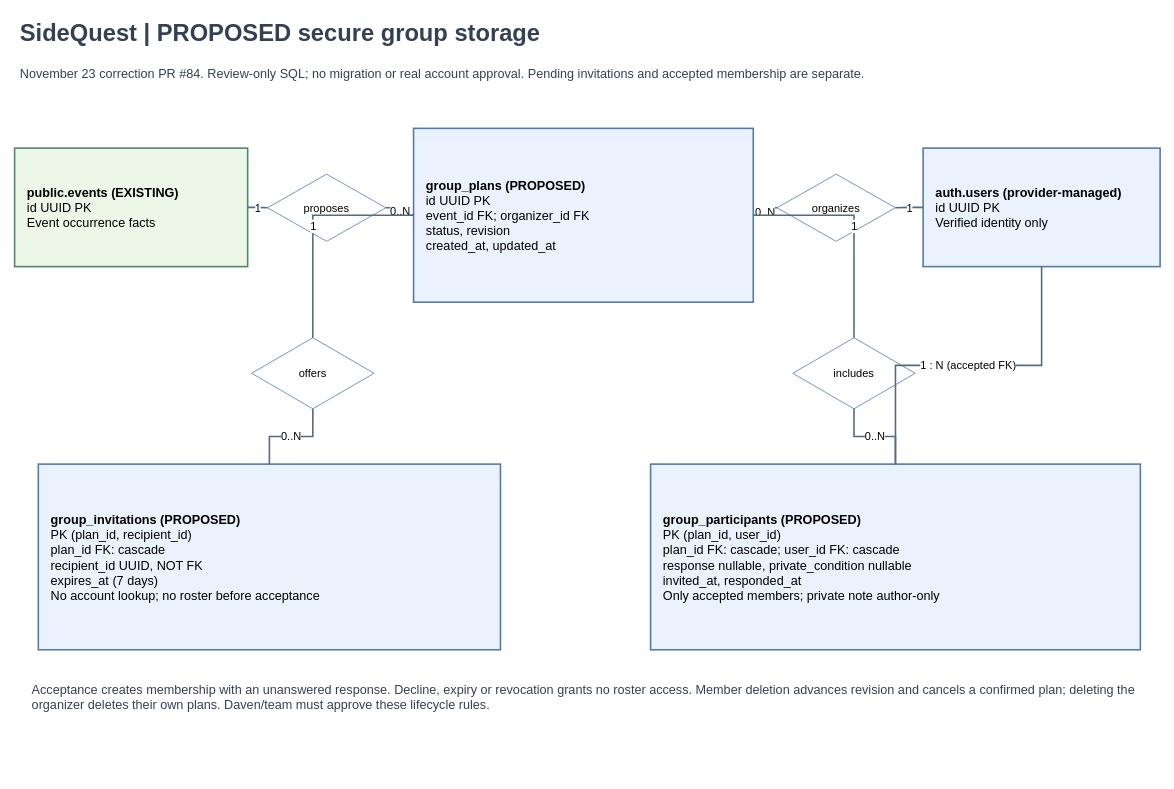
The draw.io diagram page "Proposed authenticated group ER" (2 of 2) of docs/diagrams/FINAL_PROJECT_ER.drawio in haiiroWednesday/SideQuest-CSCI187, before the edit. Source tidied: cells renumbered, new cells numbered last; positions are measured from the earlier drawing's top-left corner, leaving out a move shared by most shapes. Both pictures are drawn from the tidied source at 79%, with x=0, y=0 at pixel (14, 13).
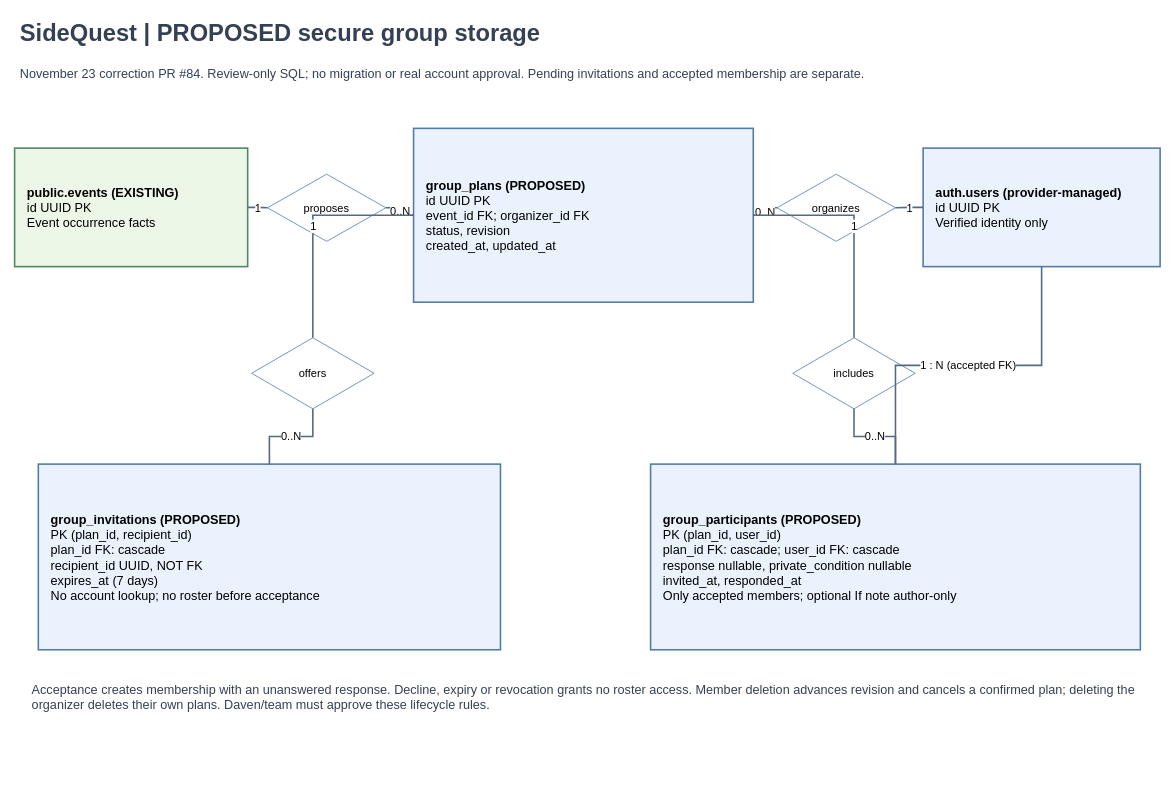
The same page after the edit.

Commit message:
docs(groups): align architecture with optional private notes and one-tap responses

Diff of the diagram source:
```diff
@@
-    <mxCell id="12" value="&lt;b&gt;group_participants (PROPOSED)&lt;/b&gt;&lt;br/&gt;PK (plan_id, user_id)&lt;br/&gt;plan_id FK: cascade; user_id FK: cascade&lt;br/&gt;response nullable, private_condition nullable&lt;br/&gt;invited_at, responded_at&lt;br/&gt;Only accepted members; private note author-only" style="rounded=0;html=1;whiteSpace=wrap;fillColor=#EAF2FD;strokeColor=#547AAA;strokeWidth=2;fontSize=16;align=left;spacing=16;" parent="1" vertex="1">
+    <mxCell id="12" value="&lt;b&gt;group_participants (PROPOSED)&lt;/b&gt;&lt;br/&gt;PK (plan_id, user_id)&lt;br/&gt;plan_id FK: cascade; user_id FK: cascade&lt;br/&gt;response nullable, private_condition nullable&lt;br/&gt;invited_at, responded_at&lt;br/&gt;Only accepted members; optional If note author-only" style="rounded=0;html=1;whiteSpace=wrap;fillColor=#EAF2FD;strokeColor=#547AAA;strokeWidth=2;fontSize=16;align=left;spacing=16;" parent="1" vertex="1">
       <mxGeometry x="805" y="570" width="620" height="235" as="geometry" />
     </mxCell>
```
